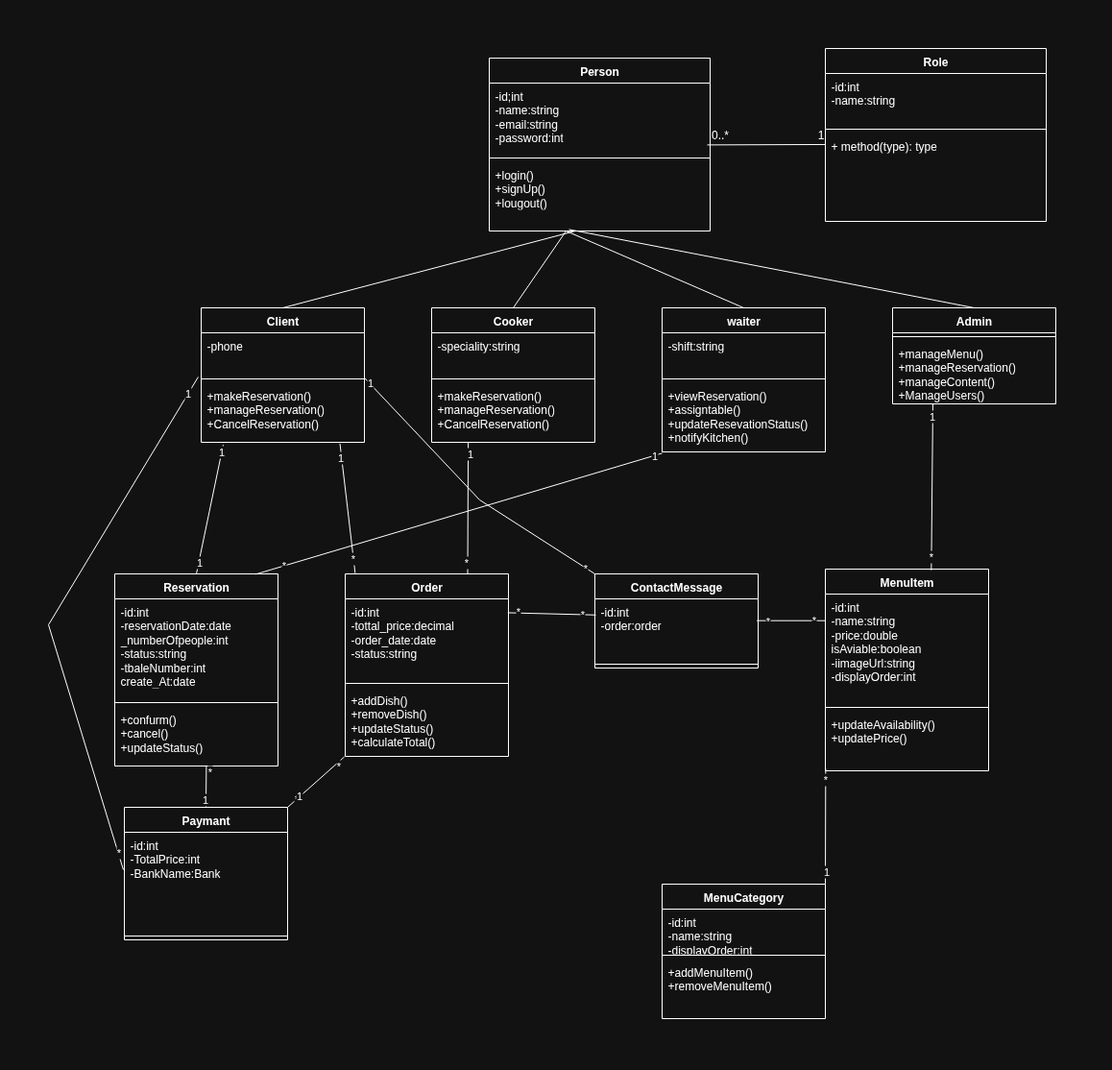
Above: UML_Restaurant.drawio.png in ELMAKHTARLAARIF/Gestion_restaurant (draw.io), before the change. Source tidied: cells renumbered, new cells last; positions are measured from the earlier drawing's top-left corner, leaving out a move shared by most shapes.
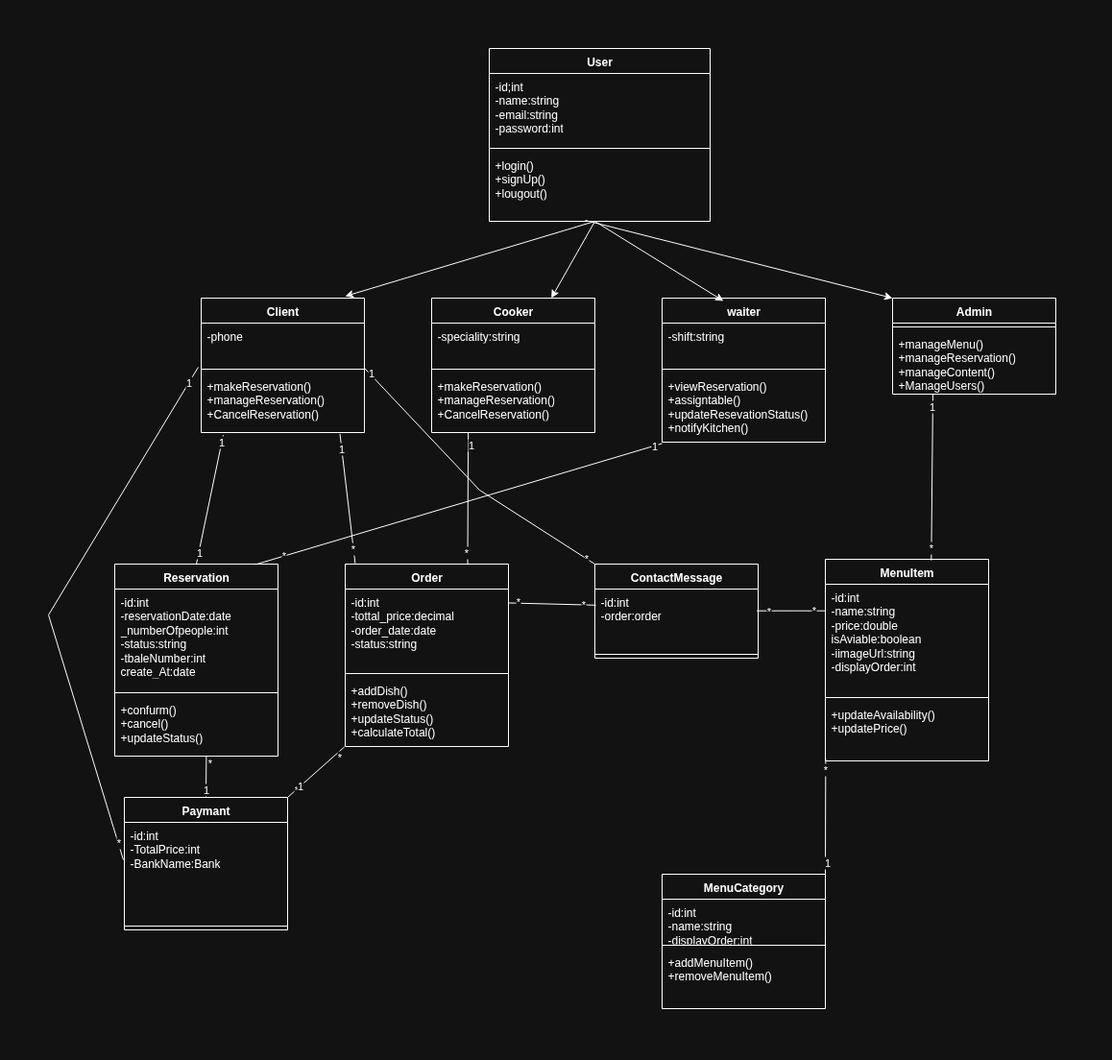
Later version of the same file.

Diff of the diagram source:
```diff
@@ -2,7 +2,7 @@
   <root>
     <mxCell id="0" />
     <mxCell id="1" parent="0" />
-    <mxCell id="2" value="Person" style="swimlane;fontStyle=1;align=center;verticalAlign=top;horizontal=1;startSize=26;whiteSpace=wrap;html=1;" parent="1" vertex="1">
+    <mxCell id="2" value="User" style="swimlane;fontStyle=1;align=center;verticalAlign=top;horizontal=1;startSize=26;whiteSpace=wrap;html=1;" parent="1" vertex="1">
       <mxGeometry x="459" y="10" width="230" height="180" as="geometry" />
     </mxCell>
     <mxCell id="3" value="-id;int&lt;div&gt;-name:string&lt;/div&gt;&lt;div&gt;-email:string&lt;/div&gt;&lt;div&gt;-password:int&lt;/div&gt;" style="text;strokeColor=none;fillColor=none;align=left;verticalAlign=top;spacingLeft=4;spacingRight=4;overflow=hidden;points=[[0,0.5],[1,0.5]];portConstraint=eastwest;whiteSpace=wrap;html=1;" parent="2" vertex="1">
@@ -14,21 +14,6 @@
     <mxCell id="5" value="+login()&lt;div&gt;+signUp()&lt;/div&gt;&lt;div&gt;+lougout()&lt;/div&gt;" style="text;strokeColor=none;fillColor=none;align=left;verticalAlign=top;spacingLeft=4;spacingRight=4;overflow=hidden;points=[[0,0.5],[1,0.5]];portConstraint=eastwest;whiteSpace=wrap;html=1;" parent="2" vertex="1">
       <mxGeometry y="108" width="230" height="72" as="geometry" />
     </mxCell>
-    <mxCell id="6" value="Role" style="swimlane;fontStyle=1;align=center;verticalAlign=top;horizontal=1;startSize=26;whiteSpace=wrap;html=1;" parent="1" vertex="1">
-      <mxGeometry x="809" width="230" height="180" as="geometry" />
-    </mxCell>
-    <mxCell id="7" value="&lt;div&gt;-id:int&lt;/div&gt;-name:string" style="text;strokeColor=none;fillColor=none;align=left;verticalAlign=top;spacingLeft=4;spacingRight=4;overflow=hidden;whiteSpace=wrap;html=1;" parent="6" vertex="1">
-      <mxGeometry y="26" width="230" height="54" as="geometry" />
-    </mxCell>
-    <mxCell id="8" style="line;strokeWidth=1;fillColor=none;align=left;verticalAlign=middle;spacingTop=-1;spacingLeft=3;spacingRight=3;labelPosition=right;strokeColor=inherit;" parent="6" vertex="1">
-      <mxGeometry y="80" width="230" height="8" as="geometry" />
-    </mxCell>
-    <mxCell id="9" value="+ method(type): type" style="text;strokeColor=none;fillColor=none;align=left;verticalAlign=top;spacingLeft=4;spacingRight=4;overflow=hidden;points=[[0,0.5],[1,0.5]];portConstraint=eastwest;whiteSpace=wrap;html=1;" parent="6" vertex="1">
-      <mxGeometry y="88" width="230" height="92" as="geometry" />
-    </mxCell>
-    <mxCell id="10" style="endArrow=none;html=1;rounded=0;entryX=0.002;entryY=0.13;entryDx=0;entryDy=0;entryPerimeter=0;exitX=0.987;exitY=0.87;exitDx=0;exitDy=0;exitPerimeter=0;" parent="1" edge="1" source="3" target="9">
-      <mxGeometry relative="1" as="geometry" />
-    </mxCell>
     <mxCell id="11" value="Client" style="swimlane;fontStyle=1;align=center;verticalAlign=top;horizontal=1;startSize=26;whiteSpace=wrap;html=1;" parent="1" vertex="1">
       <mxGeometry x="159" y="270" width="170" height="140" as="geometry" />
     </mxCell>
@@ -137,22 +122,6 @@
     <mxCell id="45" style="line;strokeWidth=1;fillColor=none;align=left;verticalAlign=middle;spacingTop=-1;spacingLeft=3;spacingRight=3;labelPosition=right;strokeColor=inherit;" parent="43" vertex="1">
       <mxGeometry y="90" width="170" height="8" as="geometry" />
     </mxCell>
-    <mxCell id="46" style="endArrow=none;html=1;rounded=0;entryX=0.392;entryY=0.998;entryDx=0;entryDy=0;entryPerimeter=0;exitX=0.5;exitY=0;exitDx=0;exitDy=0;" parent="1" edge="1" source="11" target="5">
-      <mxGeometry relative="1" as="geometry" />
-    </mxCell>
-    <mxCell id="47" style="endArrow=none;html=1;rounded=0;exitX=0.5;exitY=0;exitDx=0;exitDy=0;" parent="1" edge="1" source="23">
-      <mxGeometry relative="1" as="geometry">
-        <mxPoint x="539" y="190" as="targetPoint" />
-      </mxGeometry>
-    </mxCell>
-    <mxCell id="48" style="endArrow=none;html=1;rounded=0;exitX=0.5;exitY=0;exitDx=0;exitDy=0;" parent="1" edge="1" source="19">
-      <mxGeometry relative="1" as="geometry">
-        <mxPoint x="539" y="190" as="targetPoint" />
-      </mxGeometry>
-    </mxCell>
-    <mxCell id="49" style="endArrow=none;html=1;rounded=0;exitX=0.361;exitY=0.978;exitDx=0;exitDy=0;exitPerimeter=0;entryX=0.5;entryY=0;entryDx=0;entryDy=0;" parent="1" edge="1" source="5" target="15">
-      <mxGeometry relative="1" as="geometry" />
-    </mxCell>
     <mxCell id="50" style="endArrow=none;html=1;rounded=0;exitX=0.85;exitY=1.021;exitDx=0;exitDy=0;exitPerimeter=0;entryX=0.061;entryY=-0.004;entryDx=0;entryDy=0;entryPerimeter=0;" parent="1" edge="1" source="14" target="39">
       <mxGeometry relative="1" as="geometry" />
     </mxCell>
@@ -171,12 +140,6 @@
     <mxCell id="55" value="1" style="edgeLabel;html=1;align=center;verticalAlign=middle;" parent="53" vertex="1">
       <mxGeometry x="-0.82" relative="1" as="geometry" />
     </mxCell>
-    <mxCell id="56" value="1" style="text;html=1;align=center;verticalAlign=middle;strokeColor=none;fillColor=none;" parent="1" vertex="1">
-      <mxGeometry x="789" y="75" width="30" height="30" as="geometry" />
-    </mxCell>
-    <mxCell id="57" value="0..*" style="text;html=1;align=center;verticalAlign=middle;strokeColor=none;fillColor=none;" parent="1" vertex="1">
-      <mxGeometry x="679" y="75" width="40" height="30" as="geometry" />
-    </mxCell>
     <mxCell id="58" style="endArrow=none;html=1;rounded=0;entryX=0.224;entryY=0.996;entryDx=0;entryDy=0;entryPerimeter=0;exitX=0.75;exitY=0;exitDx=0;exitDy=0;" parent="1" edge="1" source="39" target="22">
       <mxGeometry relative="1" as="geometry" />
     </mxCell>
@@ -296,5 +259,25 @@
     <mxCell id="91" value="1" style="edgeLabel;html=1;align=center;verticalAlign=middle;" parent="89" vertex="1">
       <mxGeometry x="-0.63" y="1" relative="1" as="geometry" />
     </mxCell>
+    <mxCell id="92" style="endArrow=classic;html=1;rounded=0;entryX=0;entryY=0;entryDx=0;entryDy=0;" parent="1" edge="1" target="15">
+      <mxGeometry relative="1" as="geometry">
+        <mxPoint x="559" y="189" as="sourcePoint" />
+      </mxGeometry>
+    </mxCell>
+    <mxCell id="93" style="endArrow=classic;html=1;rounded=0;entryX=0.376;entryY=0.02;entryDx=0;entryDy=0;entryPerimeter=0;" parent="1" edge="1" target="23">
+      <mxGeometry relative="1" as="geometry">
+        <mxPoint x="569" y="190" as="sourcePoint" />
+      </mxGeometry>
+    </mxCell>
+    <mxCell id="94" style="endArrow=classic;html=1;rounded=0;" parent="1" edge="1" target="19">
+      <mxGeometry relative="1" as="geometry">
+        <mxPoint x="569" y="190" as="sourcePoint" />
+      </mxGeometry>
+    </mxCell>
+    <mxCell id="95" style="endArrow=classic;html=1;rounded=0;entryX=0.882;entryY=-0.014;entryDx=0;entryDy=0;entryPerimeter=0;" parent="1" edge="1" target="11">
+      <mxGeometry relative="1" as="geometry">
+        <mxPoint x="569" y="190" as="sourcePoint" />
+      </mxGeometry>
+    </mxCell>
   </root>
 </mxGraphModel>
```
